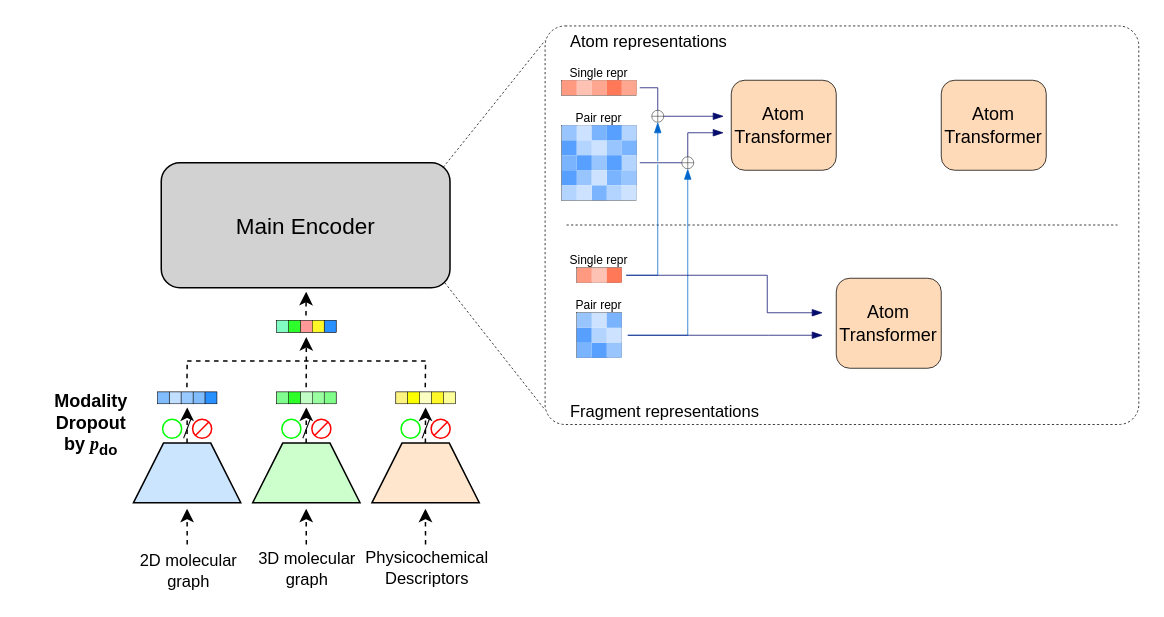
Before: gmol_ligonly_architecture.drawio in rladbtls1998/public_temp, a draw.io diagram. Source tidied: cells renumbered, new cells numbered last; positions are measured from the earlier drawing's top-left corner, leaving out a move shared by most shapes. Both pictures are drawn from the tidied source at 150%, with x=0, y=0 at pixel (26, 26).
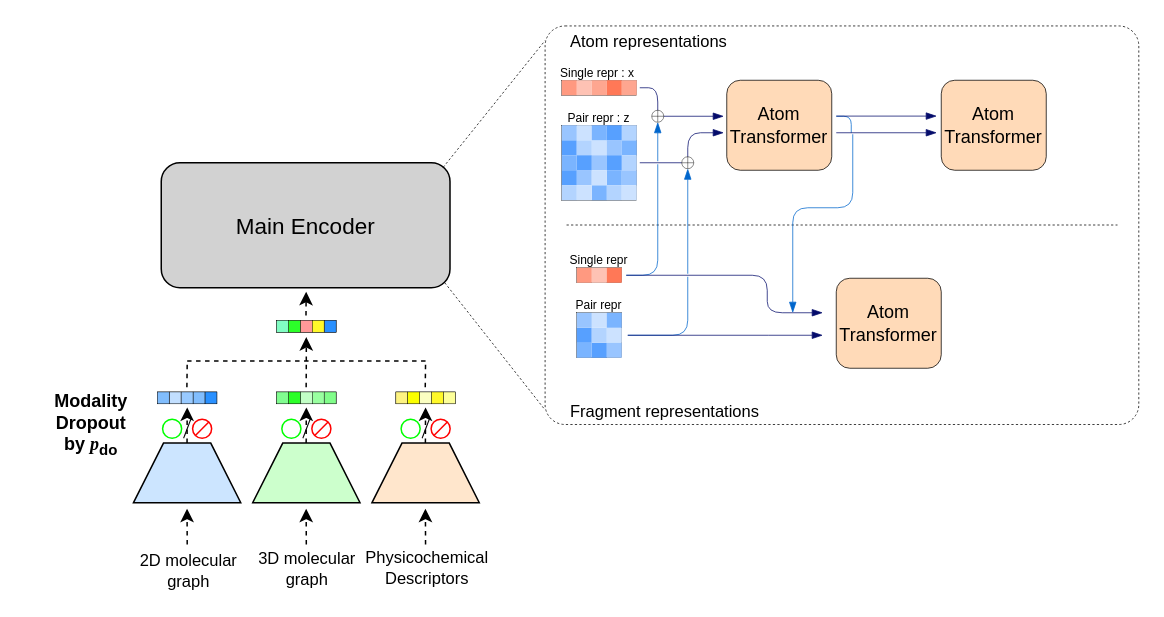
Above is the later version.

The edit, as a diff of the source:
```diff
@@
+    <mxCell id="137" style="endArrow=none;html=1;rounded=1;curved=0;strokeWidth=0.5;endFill=1;strokeColor=#0066CC;startFill=0;" parent="1" edge="1">
+      <mxGeometry relative="1" as="geometry">
+        <mxPoint x="550" y="71" as="sourcePoint" />
+        <mxPoint x="540" y="60" as="targetPoint" />
+        <Array as="points">
+          <mxPoint x="550" y="60" />
+        </Array>
+      </mxGeometry>
+    </mxCell>
+    <mxCell id="138" style="endArrow=none;html=1;rounded=1;curved=0;strokeWidth=0.5;endFill=1;strokeColor=#0066CC;startFill=0;" parent="1" edge="1">
+      <mxGeometry relative="1" as="geometry">
+        <mxPoint x="401" y="206" as="sourcePoint" />
+        <mxPoint x="441" y="167" as="targetPoint" />
+        <Array as="points">
+          <mxPoint x="441" y="206" />
+        </Array>
+      </mxGeometry>
+    </mxCell>
+    <mxCell id="139" style="endArrow=blockThin;html=1;rounded=0;curved=0;strokeWidth=0.5;endFill=1;strokeColor=#050C6B;" parent="1" edge="1">
+      <mxGeometry relative="1" as="geometry">
+        <mxPoint x="421" y="60" as="sourcePoint" />
+        <mxPoint x="465" y="60" as="targetPoint" />
+      </mxGeometry>
+    </mxCell>
+    <mxCell id="140" style="endArrow=none;html=1;rounded=0;curved=0;strokeWidth=0.5;endFill=1;strokeColor=#050C6B;startFill=0;" parent="1" edge="1">
+      <mxGeometry relative="1" as="geometry">
+        <mxPoint x="409" y="91" as="sourcePoint" />
+        <mxPoint x="441" y="91" as="targetPoint" />
+      </mxGeometry>
+    </mxCell>
@@
-    <mxCell id="66" value="&lt;font&gt;Single repr&lt;/font&gt;" style="text;html=1;align=center;verticalAlign=middle;whiteSpace=wrap;rounded=0;fontSize=8;" parent="1" vertex="1">
-      <mxGeometry x="357" y="26" width="50" height="10" as="geometry" />
+    <mxCell id="66" value="&lt;font&gt;Single repr : x&lt;/font&gt;" style="text;html=1;align=center;verticalAlign=middle;whiteSpace=wrap;rounded=0;fontSize=8;" parent="1" vertex="1">
+      <mxGeometry x="351" y="26" width="60" height="10" as="geometry" />
     </mxCell>
@@
-    <mxCell id="70" value="&lt;font&gt;Pair repr&lt;/font&gt;" style="text;html=1;align=center;verticalAlign=middle;whiteSpace=wrap;rounded=0;fontSize=8;" parent="1" vertex="1">
+    <mxCell id="70" value="&lt;font&gt;Pair repr : z&lt;/font&gt;" style="text;html=1;align=center;verticalAlign=middle;whiteSpace=wrap;rounded=0;fontSize=8;" parent="1" vertex="1">
       <mxGeometry x="357" y="56" width="50" height="10" as="geometry" />
     </mxCell>
@@
     <mxCell id="99" value="Atom&lt;div&gt;Transformer&lt;/div&gt;" style="rounded=1;whiteSpace=wrap;html=1;fillColor=#FFDAB8;strokeWidth=0.5;strokeColor=default;" parent="1" vertex="1">
-      <mxGeometry x="470" y="36" width="70" height="60" as="geometry" />
+      <mxGeometry x="467" y="36" width="70" height="60" as="geometry" />
     </mxCell>
@@
-    <mxCell id="122" style="endArrow=blockThin;html=1;rounded=0;curved=0;strokeWidth=0.5;endFill=1;strokeColor=#050C6B;" parent="1" edge="1">
+    <mxCell id="122" style="endArrow=none;html=1;rounded=1;curved=0;strokeWidth=0.5;endFill=1;strokeColor=#050C6B;startFill=0;" parent="1" edge="1">
       <mxGeometry relative="1" as="geometry">
         <mxPoint x="409" y="41" as="sourcePoint" />
-        <mxPoint x="465" y="60" as="targetPoint" />
+        <mxPoint x="421" y="60" as="targetPoint" />
         <Array as="points">
           <mxPoint x="421" y="41" />
           <mxPoint x="421" y="60" />
         </Array>
       </mxGeometry>
     </mxCell>
-    <mxCell id="123" style="endArrow=blockThin;html=1;rounded=0;curved=0;strokeWidth=0.5;endFill=1;strokeColor=#050C6B;" parent="1" edge="1">
+    <mxCell id="123" style="endArrow=blockThin;html=1;rounded=1;curved=0;strokeWidth=0.5;endFill=1;strokeColor=#050C6B;" parent="1" edge="1">
       <mxGeometry relative="1" as="geometry">
-        <mxPoint x="409" y="91" as="sourcePoint" />
+        <mxPoint x="441" y="91" as="sourcePoint" />
         <mxPoint x="465" y="71" as="targetPoint" />
         <Array as="points">
           <mxPoint x="441" y="91" />
           <mxPoint x="441" y="71" />
         </Array>
       </mxGeometry>
     </mxCell>
-    <mxCell id="124" style="endArrow=none;html=1;rounded=0;curved=0;strokeWidth=0.5;endFill=1;strokeColor=#0066CC;startFill=0;" parent="1" edge="1">
+    <mxCell id="124" style="endArrow=none;html=1;rounded=1;curved=0;strokeWidth=0.5;endFill=1;strokeColor=#0066CC;startFill=0;" parent="1" edge="1">
       <mxGeometry relative="1" as="geometry">
         <mxPoint x="400" y="166" as="sourcePoint" />
         <mxPoint x="421" y="92" as="targetPoint" />
         <Array as="points">
           <mxPoint x="421" y="166" />
         </Array>
       </mxGeometry>
     </mxCell>
@@
     <mxCell id="134" style="endArrow=blockThin;html=1;rounded=0;curved=0;strokeWidth=0.5;endFill=1;strokeColor=#0066CC;startFill=0;" parent="1" edge="1">
       <mxGeometry relative="1" as="geometry">
-        <mxPoint x="401" y="206" as="sourcePoint" />
+        <mxPoint x="441" y="165" as="sourcePoint" />
         <mxPoint x="441" y="95" as="targetPoint" />
-        <Array as="points">
-          <mxPoint x="441" y="206" />
-        </Array>
       </mxGeometry>
     </mxCell>
-    <mxCell id="135" style="endArrow=blockThin;html=1;rounded=0;curved=0;strokeWidth=0.5;endFill=1;strokeColor=#050C6B;" parent="1" edge="1">
+    <mxCell id="135" style="endArrow=blockThin;html=1;rounded=1;curved=0;strokeWidth=0.5;endFill=1;strokeColor=#050C6B;" parent="1" edge="1">
       <mxGeometry relative="1" as="geometry">
         <mxPoint x="400" y="166" as="sourcePoint" />
         <mxPoint x="531" y="191" as="targetPoint" />
         <Array as="points">
           <mxPoint x="494" y="166" />
           <mxPoint x="494" y="191" />
         </Array>
       </mxGeometry>
     </mxCell>
@@
+    <mxCell id="141" style="endArrow=blockThin;html=1;rounded=0;curved=0;strokeWidth=0.5;endFill=1;strokeColor=#050C6B;" parent="1" edge="1">
+      <mxGeometry relative="1" as="geometry">
+        <mxPoint x="540" y="71" as="sourcePoint" />
+        <mxPoint x="607" y="71" as="targetPoint" />
+      </mxGeometry>
+    </mxCell>
+    <mxCell id="142" style="endArrow=blockThin;html=1;rounded=0;curved=0;strokeWidth=0.5;endFill=1;strokeColor=#050C6B;" parent="1" edge="1">
+      <mxGeometry relative="1" as="geometry">
+        <mxPoint x="540" y="59.9" as="sourcePoint" />
+        <mxPoint x="607" y="59.9" as="targetPoint" />
+      </mxGeometry>
+    </mxCell>
+    <mxCell id="143" style="endArrow=blockThin;html=1;rounded=1;curved=0;strokeWidth=0.5;endFill=1;strokeColor=#0066CC;startFill=0;" parent="1" edge="1">
+      <mxGeometry relative="1" as="geometry">
+        <mxPoint x="551" y="72" as="sourcePoint" />
+        <mxPoint x="511" y="191" as="targetPoint" />
+        <Array as="points">
+          <mxPoint x="551" y="121" />
+          <mxPoint x="511" y="121" />
+        </Array>
+      </mxGeometry>
+    </mxCell>
```
